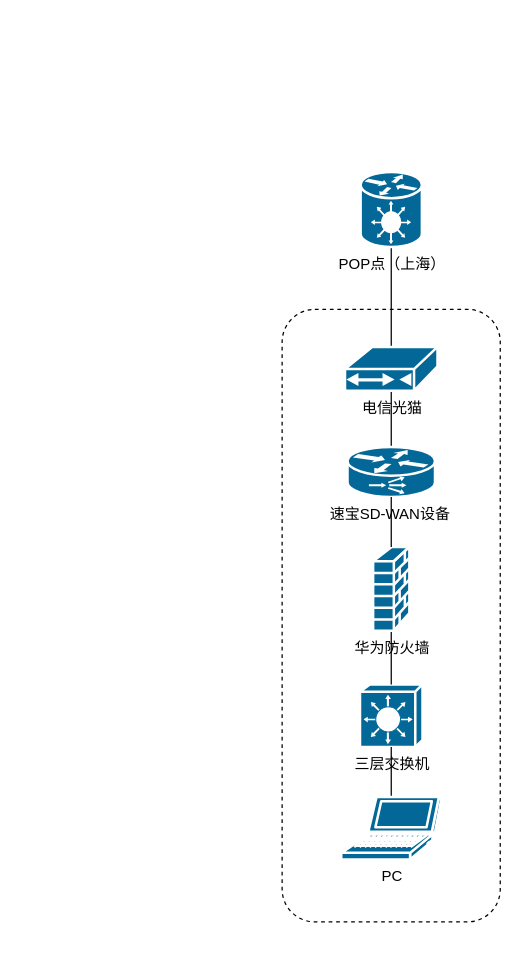
Above: Untitled Diagram.drawio in sinoco101/2020-cat (draw.io), before the change. Source tidied: cells renumbered, new cells numbered last; positions are measured from the earlier drawing's top-left corner, leaving out a move shared by most shapes. Both pictures are drawn from the tidied source at 125%, with x=0, y=0 at pixel (281, 171). Pictures stored in the file or linked from it are replaced by grey dashed boxes.
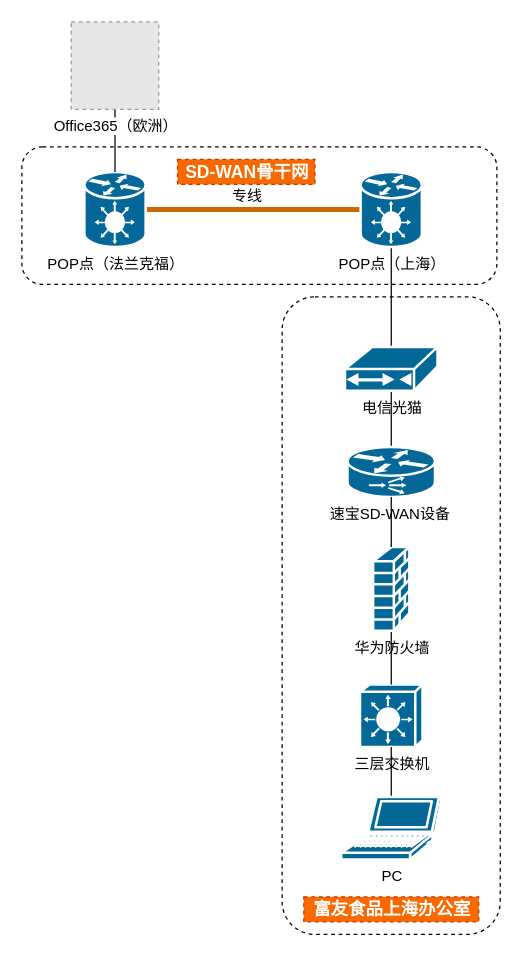
The same page after the edit.

The change refers to these unchanged cells:
```xml
<mxCell id="13" value="POP点（上海）" style="shape=mxgraph.cisco.hubs_and_gateways.generic_gateway;html=1;dashed=0;fillColor=#036897;strokeColor=#ffffff;strokeWidth=2;verticalLabelPosition=bottom;verticalAlign=top;align=center;outlineConnect=0;" parent="1" vertex="1">
  <mxGeometry x="63" width="49" height="60" as="geometry" />
</mxCell>
```

The edit, as a diff of the source:
```diff
@@
+    <mxCell id="15" style="rounded=1;whiteSpace=wrap;html=1;dashed=1;" parent="1" vertex="1">
+      <mxGeometry x="-208" y="-20" width="380" height="110" as="geometry" />
+    </mxCell>
     <mxCell id="2" style="rounded=1;whiteSpace=wrap;html=1;dashed=1;" parent="1" vertex="1">
-      <mxGeometry x="0.2" y="110" width="174.5" height="490" as="geometry" />
+      <mxGeometry x="0.2" y="100" width="174.5" height="510" as="geometry" />
     </mxCell>
@@
+    <mxCell id="16" style="edgeStyle=none;jettySize=auto;html=1;entryX=1;entryY=0.5;entryDx=0;entryDy=0;entryPerimeter=0;startArrow=none;startFill=0;endArrow=none;endFill=0;rounded=1;strokeColor=#CC6600;strokeWidth=4;" parent="1" edge="1" source="13" target="17">
+      <mxGeometry relative="1" as="geometry" />
+    </mxCell>
@@
+    <mxCell id="17" value="POP点（法兰克福）" style="shape=mxgraph.cisco.hubs_and_gateways.generic_gateway;html=1;dashed=0;fillColor=#036897;strokeColor=#ffffff;strokeWidth=2;verticalLabelPosition=bottom;verticalAlign=top;align=center;outlineConnect=0;" parent="1" vertex="1">
+      <mxGeometry x="-158" width="49" height="60" as="geometry" />
+    </mxCell>
+    <mxCell id="18" value="专线" style="text;html=1;align=center;verticalAlign=middle;" parent="1" vertex="1">
+      <mxGeometry x="-48" y="10" width="40" height="20" as="geometry" />
+    </mxCell>
+    <mxCell id="19" value="&lt;font style=&quot;font-size: 14px&quot;&gt;富友食品上海办公室&lt;/font&gt;" style="text;html=1;align=center;verticalAlign=middle;fillColor=#fa6800;strokeColor=#C73500;rounded=0;dashed=1;fontColor=#ffffff;fontStyle=1;" parent="1" vertex="1">
+      <mxGeometry x="17.5" y="580" width="140" height="20" as="geometry" />
+    </mxCell>
+    <mxCell id="20" style="edgeStyle=none;rounded=1;jettySize=auto;html=1;exitX=0.5;exitY=1;exitDx=0;exitDy=0;entryX=0.5;entryY=0;entryDx=0;entryDy=0;entryPerimeter=0;startArrow=none;startFill=0;endArrow=none;endFill=0;strokeColor=#000000;strokeWidth=1;" parent="1" edge="1" source="21" target="17">
+      <mxGeometry relative="1" as="geometry" />
+    </mxCell>
+    <mxCell id="21" value="Office365（欧洲）" style="fillColor=#E6E6E6;strokeColor=#999999;dashed=1;html=1;verticalAlign=top;verticalLabelPosition=bottom;labelBackgroundColor=#ffffff;" parent="1" vertex="1">
+      <mxGeometry x="-168.5" y="-120" width="70" height="70" as="geometry" />
+    </mxCell>
+    <mxCell id="22" value="&lt;font style=&quot;font-size: 14px&quot;&gt;SD-WAN骨干网&lt;/font&gt;" style="text;html=1;align=center;verticalAlign=middle;fillColor=#fa6800;strokeColor=#C73500;rounded=0;dashed=1;fontColor=#ffffff;fontStyle=1;" parent="1" vertex="1">
+      <mxGeometry x="-83.5" y="-10" width="110" height="20" as="geometry" />
+    </mxCell>
```
